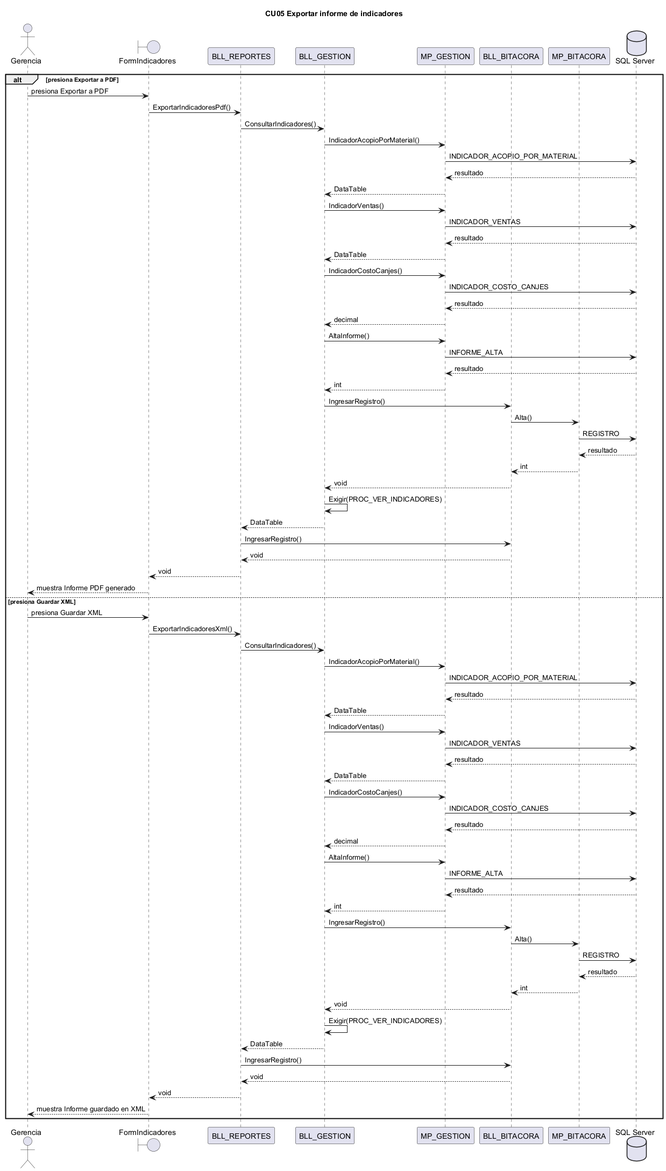
Before: docs/diagramas/secuencias_png/CU05.png, a diagram exported from PlantUML (L-Muniz/uai-diploma_2026). The source it was exported from:
```plantuml
@startuml CU05
title CU05 Exportar informe de indicadores
actor "Gerencia" as ACT
boundary FormIndicadores
participant BLL_REPORTES
participant BLL_GESTION
participant MP_GESTION
participant BLL_BITACORA
participant MP_BITACORA
database "SQL Server" as BD
alt presiona Exportar a PDF
ACT -> FormIndicadores : presiona Exportar a PDF
FormIndicadores -> BLL_REPORTES : ExportarIndicadoresPdf()
BLL_REPORTES -> BLL_GESTION : ConsultarIndicadores()
BLL_GESTION -> MP_GESTION : IndicadorAcopioPorMaterial()
MP_GESTION -> BD : INDICADOR_ACOPIO_POR_MATERIAL
BD --> MP_GESTION : resultado
MP_GESTION --> BLL_GESTION : DataTable
BLL_GESTION -> MP_GESTION : IndicadorVentas()
MP_GESTION -> BD : INDICADOR_VENTAS
BD --> MP_GESTION : resultado
MP_GESTION --> BLL_GESTION : DataTable
BLL_GESTION -> MP_GESTION : IndicadorCostoCanjes()
MP_GESTION -> BD : INDICADOR_COSTO_CANJES
BD --> MP_GESTION : resultado
MP_GESTION --> BLL_GESTION : decimal
BLL_GESTION -> MP_GESTION : AltaInforme()
MP_GESTION -> BD : INFORME_ALTA
BD --> MP_GESTION : resultado
MP_GESTION --> BLL_GESTION : int
BLL_GESTION -> BLL_BITACORA : IngresarRegistro()
BLL_BITACORA -> MP_BITACORA : Alta()
MP_BITACORA -> BD : REGISTRO
BD --> MP_BITACORA : resultado
MP_BITACORA --> BLL_BITACORA : int
BLL_BITACORA --> BLL_GESTION : void
BLL_GESTION -> BLL_GESTION : Exigir(PROC_VER_INDICADORES)
BLL_GESTION --> BLL_REPORTES : DataTable
BLL_REPORTES -> BLL_BITACORA : IngresarRegistro()
BLL_BITACORA --> BLL_REPORTES : void
BLL_REPORTES --> FormIndicadores : void
FormIndicadores --> ACT : muestra Informe PDF generado
else presiona Guardar XML
ACT -> FormIndicadores : presiona Guardar XML
FormIndicadores -> BLL_REPORTES : ExportarIndicadoresXml()
BLL_REPORTES -> BLL_GESTION : ConsultarIndicadores()
BLL_GESTION -> MP_GESTION : IndicadorAcopioPorMaterial()
MP_GESTION -> BD : INDICADOR_ACOPIO_POR_MATERIAL
BD --> MP_GESTION : resultado
MP_GESTION --> BLL_GESTION : DataTable
BLL_GESTION -> MP_GESTION : IndicadorVentas()
MP_GESTION -> BD : INDICADOR_VENTAS
BD --> MP_GESTION : resultado
MP_GESTION --> BLL_GESTION : DataTable
BLL_GESTION -> MP_GESTION : IndicadorCostoCanjes()
MP_GESTION -> BD : INDICADOR_COSTO_CANJES
BD --> MP_GESTION : resultado
MP_GESTION --> BLL_GESTION : decimal
BLL_GESTION -> MP_GESTION : AltaInforme()
MP_GESTION -> BD : INFORME_ALTA
BD --> MP_GESTION : resultado
MP_GESTION --> BLL_GESTION : int
BLL_GESTION -> BLL_BITACORA : IngresarRegistro()
BLL_BITACORA -> MP_BITACORA : Alta()
MP_BITACORA -> BD : REGISTRO
BD --> MP_BITACORA : resultado
MP_BITACORA --> BLL_BITACORA : int
BLL_BITACORA --> BLL_GESTION : void
BLL_GESTION -> BLL_GESTION : Exigir(PROC_VER_INDICADORES)
BLL_GESTION --> BLL_REPORTES : DataTable
BLL_REPORTES -> BLL_BITACORA : IngresarRegistro()
BLL_BITACORA --> BLL_REPORTES : void
BLL_REPORTES --> FormIndicadores : void
FormIndicadores --> ACT : muestra Informe guardado en XML
end
@enduml
```
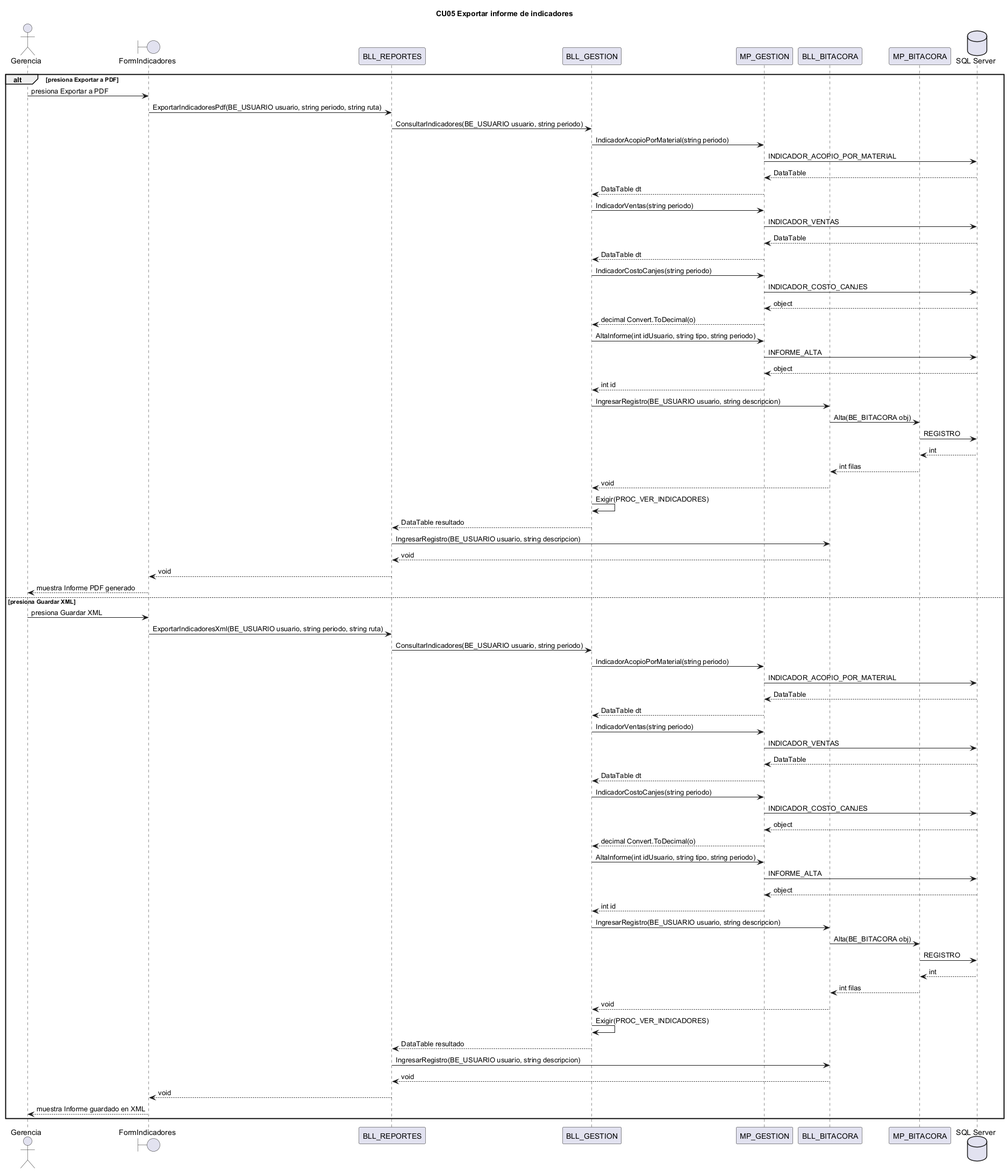
After the change.

The edit, as a diff of the source:
```diff
@@ -10,65 +10,65 @@
 database "SQL Server" as BD
 alt presiona Exportar a PDF
 ACT -> FormIndicadores : presiona Exportar a PDF
-FormIndicadores -> BLL_REPORTES : ExportarIndicadoresPdf()
-BLL_REPORTES -> BLL_GESTION : ConsultarIndicadores()
-BLL_GESTION -> MP_GESTION : IndicadorAcopioPorMaterial()
+FormIndicadores -> BLL_REPORTES : ExportarIndicadoresPdf(BE_USUARIO usuario, string periodo, string ruta)
+BLL_REPORTES -> BLL_GESTION : ConsultarIndicadores(BE_USUARIO usuario, string periodo)
+BLL_GESTION -> MP_GESTION : IndicadorAcopioPorMaterial(string periodo)
 MP_GESTION -> BD : INDICADOR_ACOPIO_POR_MATERIAL
-BD --> MP_GESTION : resultado
-MP_GESTION --> BLL_GESTION : DataTable
-BLL_GESTION -> MP_GESTION : IndicadorVentas()
+BD --> MP_GESTION : DataTable
+MP_GESTION --> BLL_GESTION : DataTable dt
+BLL_GESTION -> MP_GESTION : IndicadorVentas(string periodo)
 MP_GESTION -> BD : INDICADOR_VENTAS
-BD --> MP_GESTION : resultado
-MP_GESTION --> BLL_GESTION : DataTable
-BLL_GESTION -> MP_GESTION : IndicadorCostoCanjes()
+BD --> MP_GESTION : DataTable
+MP_GESTION --> BLL_GESTION : DataTable dt
+BLL_GESTION -> MP_GESTION : IndicadorCostoCanjes(string periodo)
 MP_GESTION -> BD : INDICADOR_COSTO_CANJES
-BD --> MP_GESTION : resultado
-MP_GESTION --> BLL_GESTION : decimal
-BLL_GESTION -> MP_GESTION : AltaInforme()
+BD --> MP_GESTION : object
+MP_GESTION --> BLL_GESTION : decimal Convert.ToDecimal(o)
+BLL_GESTION -> MP_GESTION : AltaInforme(int idUsuario, string tipo, string periodo)
 MP_GESTION -> BD : INFORME_ALTA
-BD --> MP_GESTION : resultado
-MP_GESTION --> BLL_GESTION : int
-BLL_GESTION -> BLL_BITACORA : IngresarRegistro()
-BLL_BITACORA -> MP_BITACORA : Alta()
+BD --> MP_GESTION : object
+MP_GESTION --> BLL_GESTION : int id
+BLL_GESTION -> BLL_BITACORA : IngresarRegistro(BE_USUARIO usuario, string descripcion)
+BLL_BITACORA -> MP_BITACORA : Alta(BE_BITACORA obj)
 MP_BITACORA -> BD : REGISTRO
-BD --> MP_BITACORA : resultado
-MP_BITACORA --> BLL_BITACORA : int
+BD --> MP_BITACORA : int
+MP_BITACORA --> BLL_BITACORA : int filas
 BLL_BITACORA --> BLL_GESTION : void
 BLL_GESTION -> BLL_GESTION : Exigir(PROC_VER_INDICADORES)
-BLL_GESTION --> BLL_REPORTES : DataTable
-BLL_REPORTES -> BLL_BITACORA : IngresarRegistro()
+BLL_GESTION --> BLL_REPORTES : DataTable resultado
+BLL_REPORTES -> BLL_BITACORA : IngresarRegistro(BE_USUARIO usuario, string descripcion)
 BLL_BITACORA --> BLL_REPORTES : void
 BLL_REPORTES --> FormIndicadores : void
 FormIndicadores --> ACT : muestra Informe PDF generado
 else presiona Guardar XML
 ACT -> FormIndicadores : presiona Guardar XML
-FormIndicadores -> BLL_REPORTES : ExportarIndicadoresXml()
-BLL_REPORTES -> BLL_GESTION : ConsultarIndicadores()
-BLL_GESTION -> MP_GESTION : IndicadorAcopioPorMaterial()
+FormIndicadores -> BLL_REPORTES : ExportarIndicadoresXml(BE_USUARIO usuario, string periodo, string ruta)
+BLL_REPORTES -> BLL_GESTION : ConsultarIndicadores(BE_USUARIO usuario, string periodo)
+BLL_GESTION -> MP_GESTION : IndicadorAcopioPorMaterial(string periodo)
 MP_GESTION -> BD : INDICADOR_ACOPIO_POR_MATERIAL
-BD --> MP_GESTION : resultado
-MP_GESTION --> BLL_GESTION : DataTable
-BLL_GESTION -> MP_GESTION : IndicadorVentas()
+BD --> MP_GESTION : DataTable
+MP_GESTION --> BLL_GESTION : DataTable dt
+BLL_GESTION -> MP_GESTION : IndicadorVentas(string periodo)
 MP_GESTION -> BD : INDICADOR_VENTAS
-BD --> MP_GESTION : resultado
-MP_GESTION --> BLL_GESTION : DataTable
-BLL_GESTION -> MP_GESTION : IndicadorCostoCanjes()
+BD --> MP_GESTION : DataTable
+MP_GESTION --> BLL_GESTION : DataTable dt
+BLL_GESTION -> MP_GESTION : IndicadorCostoCanjes(string periodo)
 MP_GESTION -> BD : INDICADOR_COSTO_CANJES
-BD --> MP_GESTION : resultado
-MP_GESTION --> BLL_GESTION : decimal
-BLL_GESTION -> MP_GESTION : AltaInforme()
+BD --> MP_GESTION : object
+MP_GESTION --> BLL_GESTION : decimal Convert.ToDecimal(o)
+BLL_GESTION -> MP_GESTION : AltaInforme(int idUsuario, string tipo, string periodo)
 MP_GESTION -> BD : INFORME_ALTA
-BD --> MP_GESTION : resultado
-MP_GESTION --> BLL_GESTION : int
-BLL_GESTION -> BLL_BITACORA : IngresarRegistro()
-BLL_BITACORA -> MP_BITACORA : Alta()
+BD --> MP_GESTION : object
+MP_GESTION --> BLL_GESTION : int id
+BLL_GESTION -> BLL_BITACORA : IngresarRegistro(BE_USUARIO usuario, string descripcion)
+BLL_BITACORA -> MP_BITACORA : Alta(BE_BITACORA obj)
 MP_BITACORA -> BD : REGISTRO
-BD --> MP_BITACORA : resultado
-MP_BITACORA --> BLL_BITACORA : int
+BD --> MP_BITACORA : int
+MP_BITACORA --> BLL_BITACORA : int filas
 BLL_BITACORA --> BLL_GESTION : void
 BLL_GESTION -> BLL_GESTION : Exigir(PROC_VER_INDICADORES)
-BLL_GESTION --> BLL_REPORTES : DataTable
-BLL_REPORTES -> BLL_BITACORA : IngresarRegistro()
+BLL_GESTION --> BLL_REPORTES : DataTable resultado
+BLL_REPORTES -> BLL_BITACORA : IngresarRegistro(BE_USUARIO usuario, string descripcion)
 BLL_BITACORA --> BLL_REPORTES : void
 BLL_REPORTES --> FormIndicadores : void
 FormIndicadores --> ACT : muestra Informe guardado en XML
```
